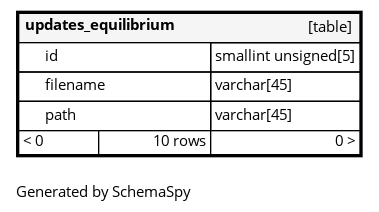
ta-forever/db keeps this Graphviz diagram as diagrams/tables/updates_equilibrium.1degree.png. Above is the earlier version. Its source is kept beside it as diagrams/tables/updates_equilibrium.1degree.dot. Source of this version:
```dot
digraph "oneDegreeRelationshipsDiagram" {
  graph [    rankdir="RL"    bgcolor="#ffffff"    label="\nGenerated by SchemaSpy"    labeljust="l"    nodesep="0.18"    ranksep="0.46"    fontname="Helvetica"    fontsize="11"    ration="compress"  ];  node [    fontname="Helvetica"    fontsize="11"    shape="plaintext"  ];  edge [    arrowsize="0.8"  ];
  "updates_equilibrium" [
   label=<
    <TABLE BORDER="2" CELLBORDER="1" CELLSPACING="0" BGCOLOR="#ffffff">
      <TR><TD COLSPAN="4"  BGCOLOR="#f5f5f5"><TABLE BORDER="0" CELLSPACING="0"><TR><TD ALIGN="LEFT" FIXEDSIZE="TRUE" WIDTH="123" HEIGHT="16"><B>updates_equilibrium</B></TD><TD ALIGN="RIGHT">[table]</TD></TR></TABLE></TD></TR>
      <TR><TD PORT="id" COLSPAN="2" BGCOLOR="#ffffff" ALIGN="LEFT"><TABLE BORDER="0" CELLSPACING="0" ALIGN="LEFT"><TR ALIGN="LEFT"><TD ALIGN="LEFT" FIXEDSIZE="TRUE" WIDTH="15" HEIGHT="16"></TD><TD ALIGN="LEFT" FIXEDSIZE="TRUE" WIDTH="123" HEIGHT="16">id</TD></TR></TABLE></TD><TD PORT="id.type" ALIGN="LEFT">smallint unsigned[5]</TD></TR>
      <TR><TD PORT="filename" COLSPAN="2" ALIGN="LEFT"><TABLE BORDER="0" CELLSPACING="0" ALIGN="LEFT"><TR ALIGN="LEFT"><TD ALIGN="LEFT" FIXEDSIZE="TRUE" WIDTH="15" HEIGHT="16"></TD><TD ALIGN="LEFT" FIXEDSIZE="TRUE" WIDTH="123" HEIGHT="16">filename</TD></TR></TABLE></TD><TD PORT="filename.type" ALIGN="LEFT">varchar[45]</TD></TR>
      <TR><TD PORT="path" COLSPAN="2" ALIGN="LEFT"><TABLE BORDER="0" CELLSPACING="0" ALIGN="LEFT"><TR ALIGN="LEFT"><TD ALIGN="LEFT" FIXEDSIZE="TRUE" WIDTH="15" HEIGHT="16"></TD><TD ALIGN="LEFT" FIXEDSIZE="TRUE" WIDTH="123" HEIGHT="16">path</TD></TR></TABLE></TD><TD PORT="path.type" ALIGN="LEFT">varchar[45]</TD></TR>
      <TR><TD ALIGN="LEFT" BGCOLOR="#ffffff">&lt; 0</TD><TD ALIGN="RIGHT" BGCOLOR="#ffffff">10 rows</TD><TD ALIGN="RIGHT" BGCOLOR="#ffffff">0 &gt;</TD></TR>
    </TABLE>>
    URL="updates_equilibrium.html"
    target="_top"
    tooltip="updates_equilibrium"
  ];
}
```
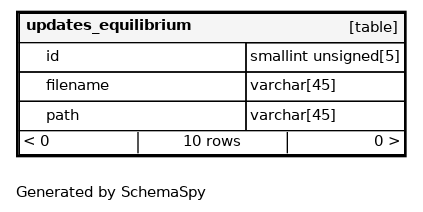
The same file after the commit.

Diff of the diagram source:
```diff
@@ -1,13 +1,13 @@
 digraph "oneDegreeRelationshipsDiagram" {
-  graph [    rankdir="RL"    bgcolor="#ffffff"    label="\nGenerated by SchemaSpy"    labeljust="l"    nodesep="0.18"    ranksep="0.46"    fontname="Helvetica"    fontsize="11"    ration="compress"  ];  node [    fontname="Helvetica"    fontsize="11"    shape="plaintext"  ];  edge [    arrowsize="0.8"  ];
+  graph [    rankdir="RL"    bgcolor="#ffffff"    label="\nGenerated by SchemaSpy"    labeljust="l"    nodesep="0.18"    ranksep="0.46"    fontname="Helvetica"    fontsize="11"    packmode="graph"  ];  node [    fontname="Helvetica"    fontsize="11"    shape="plaintext"  ];  edge [    arrowsize="0.8"  ];
   "updates_equilibrium" [
    label=<
     <TABLE BORDER="2" CELLBORDER="1" CELLSPACING="0" BGCOLOR="#ffffff">
-      <TR><TD COLSPAN="4"  BGCOLOR="#f5f5f5"><TABLE BORDER="0" CELLSPACING="0"><TR><TD ALIGN="LEFT" FIXEDSIZE="TRUE" WIDTH="123" HEIGHT="16"><B>updates_equilibrium</B></TD><TD ALIGN="RIGHT">[table]</TD></TR></TABLE></TD></TR>
-      <TR><TD PORT="id" COLSPAN="2" BGCOLOR="#ffffff" ALIGN="LEFT"><TABLE BORDER="0" CELLSPACING="0" ALIGN="LEFT"><TR ALIGN="LEFT"><TD ALIGN="LEFT" FIXEDSIZE="TRUE" WIDTH="15" HEIGHT="16"></TD><TD ALIGN="LEFT" FIXEDSIZE="TRUE" WIDTH="123" HEIGHT="16">id</TD></TR></TABLE></TD><TD PORT="id.type" ALIGN="LEFT">smallint unsigned[5]</TD></TR>
-      <TR><TD PORT="filename" COLSPAN="2" ALIGN="LEFT"><TABLE BORDER="0" CELLSPACING="0" ALIGN="LEFT"><TR ALIGN="LEFT"><TD ALIGN="LEFT" FIXEDSIZE="TRUE" WIDTH="15" HEIGHT="16"></TD><TD ALIGN="LEFT" FIXEDSIZE="TRUE" WIDTH="123" HEIGHT="16">filename</TD></TR></TABLE></TD><TD PORT="filename.type" ALIGN="LEFT">varchar[45]</TD></TR>
-      <TR><TD PORT="path" COLSPAN="2" ALIGN="LEFT"><TABLE BORDER="0" CELLSPACING="0" ALIGN="LEFT"><TR ALIGN="LEFT"><TD ALIGN="LEFT" FIXEDSIZE="TRUE" WIDTH="15" HEIGHT="16"></TD><TD ALIGN="LEFT" FIXEDSIZE="TRUE" WIDTH="123" HEIGHT="16">path</TD></TR></TABLE></TD><TD PORT="path.type" ALIGN="LEFT">varchar[45]</TD></TR>
-      <TR><TD ALIGN="LEFT" BGCOLOR="#ffffff">&lt; 0</TD><TD ALIGN="RIGHT" BGCOLOR="#ffffff">10 rows</TD><TD ALIGN="RIGHT" BGCOLOR="#ffffff">0 &gt;</TD></TR>
+      <TR><TD COLSPAN="4"  BGCOLOR="#f5f5f5"><TABLE BORDER="0" CELLSPACING="0"><TR><TD ALIGN="LEFT" FIXEDSIZE="TRUE" WIDTH="149" HEIGHT="16"><B>updates_equilibrium</B></TD><TD ALIGN="RIGHT">[table]</TD></TR></TABLE></TD></TR>
+      <TR><TD PORT="id" COLSPAN="2" BGCOLOR="#ffffff" ALIGN="LEFT"><TABLE BORDER="0" CELLSPACING="0" ALIGN="LEFT"><TR ALIGN="LEFT"><TD ALIGN="LEFT" FIXEDSIZE="TRUE" WIDTH="15" HEIGHT="16"></TD><TD ALIGN="LEFT" FIXEDSIZE="TRUE" WIDTH="149" HEIGHT="16">id</TD></TR></TABLE></TD><TD PORT="id.type" ALIGN="LEFT">smallint unsigned[5]</TD></TR>
+      <TR><TD PORT="filename" COLSPAN="2" ALIGN="LEFT"><TABLE BORDER="0" CELLSPACING="0" ALIGN="LEFT"><TR ALIGN="LEFT"><TD ALIGN="LEFT" FIXEDSIZE="TRUE" WIDTH="15" HEIGHT="16"></TD><TD ALIGN="LEFT" FIXEDSIZE="TRUE" WIDTH="149" HEIGHT="16">filename</TD></TR></TABLE></TD><TD PORT="filename.type" ALIGN="LEFT">varchar[45]</TD></TR>
+      <TR><TD PORT="path" COLSPAN="2" ALIGN="LEFT"><TABLE BORDER="0" CELLSPACING="0" ALIGN="LEFT"><TR ALIGN="LEFT"><TD ALIGN="LEFT" FIXEDSIZE="TRUE" WIDTH="15" HEIGHT="16"></TD><TD ALIGN="LEFT" FIXEDSIZE="TRUE" WIDTH="149" HEIGHT="16">path</TD></TR></TABLE></TD><TD PORT="path.type" ALIGN="LEFT">varchar[45]</TD></TR>
+      <TR><TD ALIGN="LEFT" CELLPADDING="0" BGCOLOR="#ffffff" COLSPAN="4" ><TABLE BORDER="0" CELLBORDER="0" CELLSPACING="0"><TR><TD ALIGN="LEFT" BGCOLOR="#ffffff">&lt; 0</TD><VR/><TD ALIGN="CENTER" BGCOLOR="#ffffff">10 rows</TD><VR/><TD ALIGN="RIGHT" BGCOLOR="#ffffff">0 &gt;</TD></TR></TABLE></TD></TR>
     </TABLE>>
     URL="updates_equilibrium.html"
     target="_top"
```
